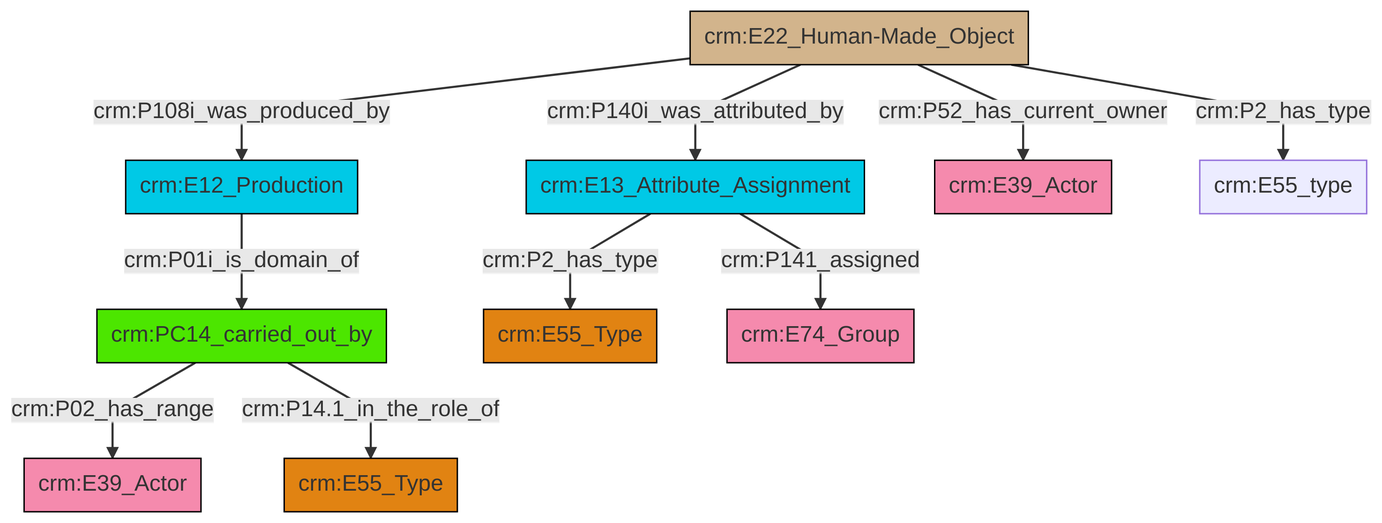
The Mermaid diagram et/builtWorkCSV/ttl/mmd/png/Built_Work_actor_relations.png in swiss-art-research-net/docs.swissartresearch, before a commit. Its source is kept beside it as et/builtWorkCSV/ttl/mmd/Built_Work_actor_relations.ttl.mmd.
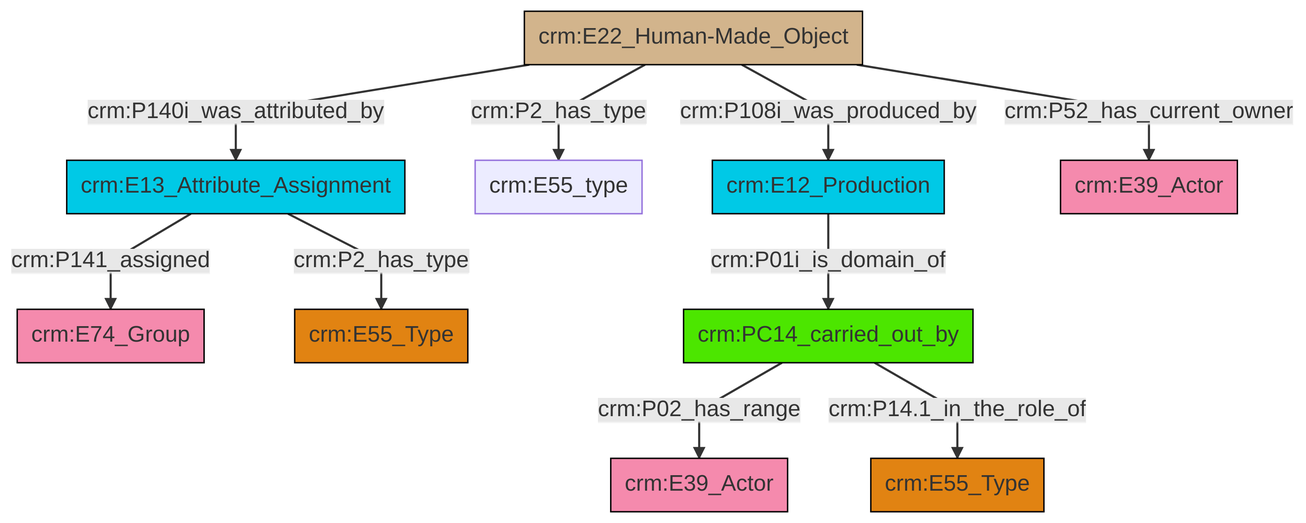
The same file after the commit.

Change to the diagram source:
```diff
@@ -13,12 +13,12 @@
 classDef PC_Classes fill:#4ce600, stroke:#000000;
 classDef Multi fill:#cccccc,stroke:#000000;
 
-2["crm:PC14_carried_out_by"]:::PC_Classes -->|crm:P02_has_range| 3["crm:E39_Actor"]:::Actor
-4["crm:E22_Human-Made_Object"]:::Physical_Thing -->|crm:P108i_was_produced_by| 5["crm:E12_Production"]:::Temporal_Entity
-5["crm:E12_Production"]:::Temporal_Entity -->|crm:P01i_is_domain_of| 2["crm:PC14_carried_out_by"]:::PC_Classes
-4["crm:E22_Human-Made_Object"]:::Physical_Thing -->|crm:P140i_was_attributed_by| 0["crm:E13_Attribute_Assignment"]:::Temporal_Entity
-4["crm:E22_Human-Made_Object"]:::Physical_Thing -->|crm:P52_has_current_owner| 7["crm:E39_Actor"]:::Actor
-4["crm:E22_Human-Made_Object"]:::Physical_Thing -->|crm:P2_has_type| 9["crm:E55_type"]:::Default
-0["crm:E13_Attribute_Assignment"]:::Temporal_Entity -->|crm:P2_has_type| 11["crm:E55_Type"]:::Type
-2["crm:PC14_carried_out_by"]:::PC_Classes -->|crm:P14.1_in_the_role_of| 15["crm:E55_Type"]:::Type
-0["crm:E13_Attribute_Assignment"]:::Temporal_Entity -->|crm:P141_assigned| 17["crm:E74_Group"]:::Actor
+0["crm:E13_Attribute_Assignment"]:::Temporal_Entity -->|crm:P141_assigned| 1["crm:E74_Group"]:::Actor
+2["crm:E22_Human-Made_Object"]:::Physical_Thing -->|crm:P140i_was_attributed_by| 0["crm:E13_Attribute_Assignment"]:::Temporal_Entity
+0["crm:E13_Attribute_Assignment"]:::Temporal_Entity -->|crm:P2_has_type| 8["crm:E55_Type"]:::Type
+9["crm:PC14_carried_out_by"]:::PC_Classes -->|crm:P02_has_range| 3["crm:E39_Actor"]:::Actor
+2["crm:E22_Human-Made_Object"]:::Physical_Thing -->|crm:P2_has_type| 10["crm:E55_type"]:::Default
+9["crm:PC14_carried_out_by"]:::PC_Classes -->|crm:P14.1_in_the_role_of| 5["crm:E55_Type"]:::Type
+2["crm:E22_Human-Made_Object"]:::Physical_Thing -->|crm:P52_has_current_owner| 16["crm:E39_Actor"]:::Actor
+2["crm:E22_Human-Made_Object"]:::Physical_Thing -->|crm:P108i_was_produced_by| 13["crm:E12_Production"]:::Temporal_Entity
+13["crm:E12_Production"]:::Temporal_Entity -->|crm:P01i_is_domain_of| 9["crm:PC14_carried_out_by"]:::PC_Classes
```
